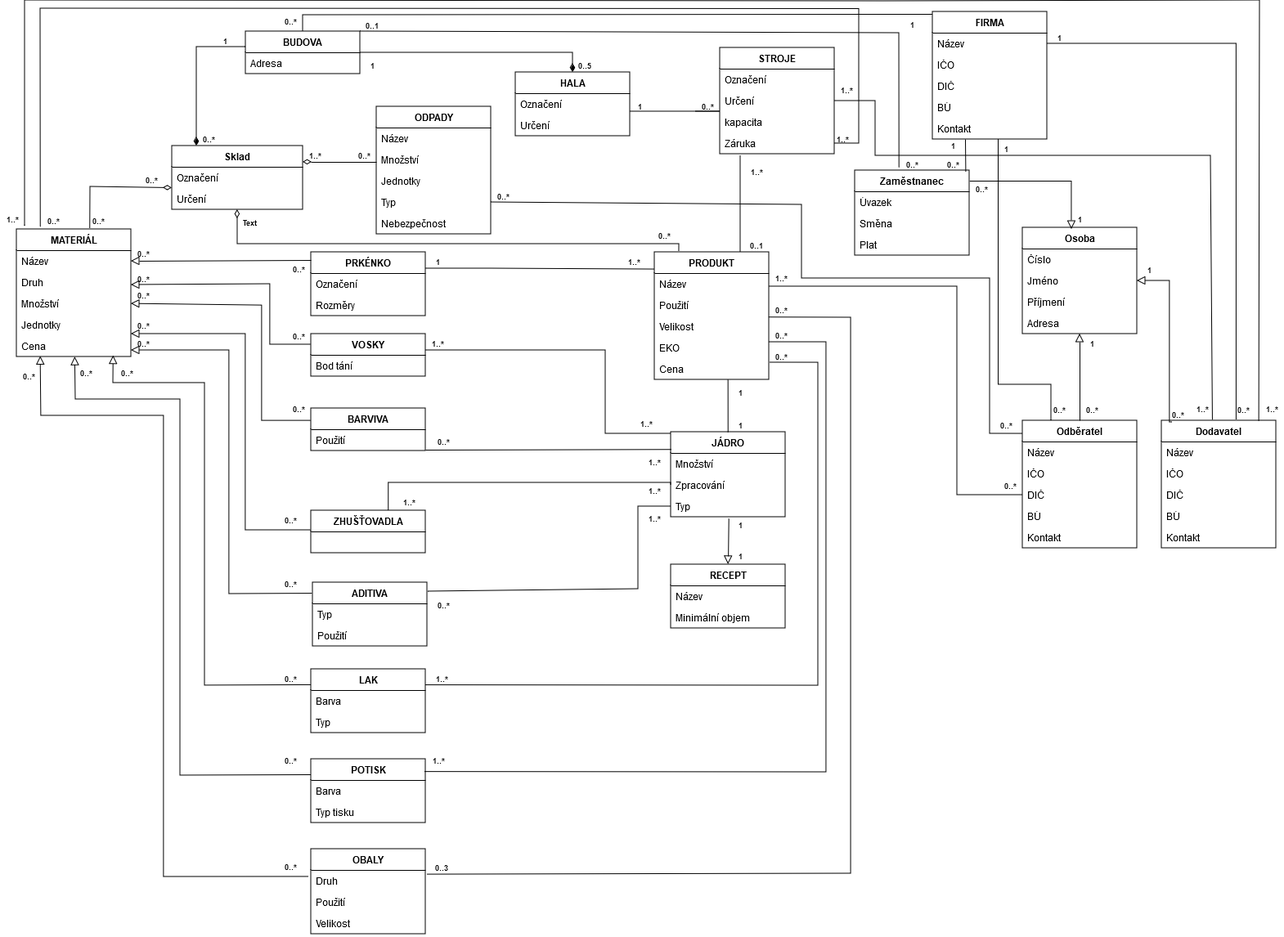
The draw.io diagram SW_ING/Kosmeticka_tuzka.drawio.png in KarelMasa/pg, before a commit. Source tidied: cells renumbered, new cells last; positions are measured from the earlier drawing's top-left corner, leaving out a move shared by most shapes.
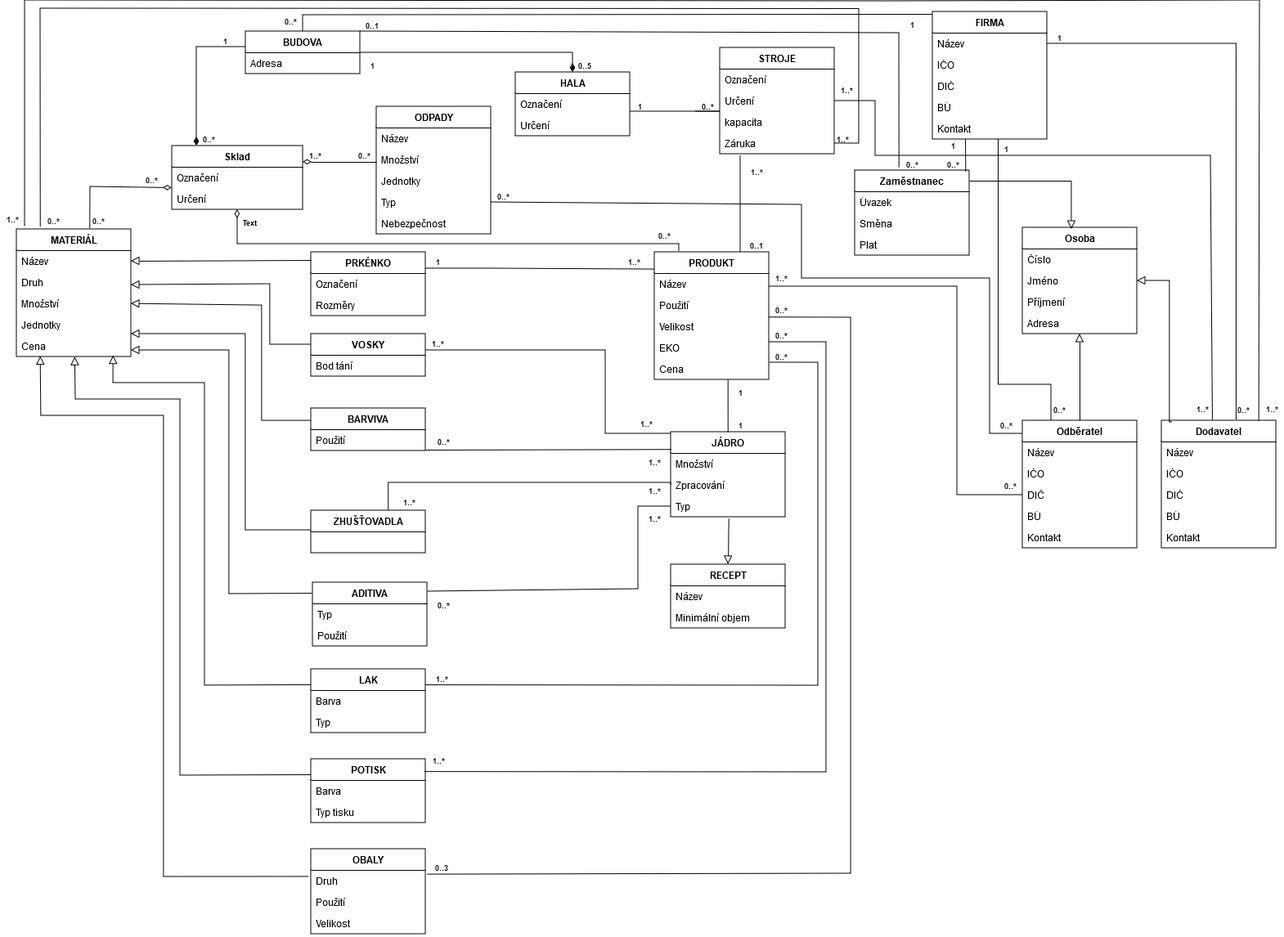
After the commit.

Diff of the diagram source:
```diff
@@ -320,12 +320,6 @@
     <mxCell id="80" value="1..*" style="text;html=1;align=center;verticalAlign=bottom;whiteSpace=wrap;rounded=0;fontSize=9;fontStyle=1;" parent="1" vertex="1">
       <mxGeometry x="480" y="602" width="40" height="20" as="geometry" />
     </mxCell>
-    <mxCell id="81" value="1" style="text;html=1;align=center;verticalAlign=middle;whiteSpace=wrap;rounded=0;fontSize=9;fontStyle=1;" parent="1" vertex="1">
-      <mxGeometry x="890" y="632" width="30" height="20" as="geometry" />
-    </mxCell>
-    <mxCell id="82" value="1" style="text;html=1;align=center;verticalAlign=middle;whiteSpace=wrap;rounded=0;fontSize=9;fontStyle=1;" parent="1" vertex="1">
-      <mxGeometry x="890" y="670" width="30" height="20" as="geometry" />
-    </mxCell>
     <mxCell id="83" value="0..*" style="text;html=1;align=center;verticalAlign=bottom;whiteSpace=wrap;rounded=0;fontSize=9;fontStyle=1;" parent="1" vertex="1">
       <mxGeometry x="940" y="424" width="30" height="20" as="geometry" />
     </mxCell>
@@ -344,54 +338,12 @@
     <mxCell id="88" value="1" style="text;html=1;align=center;verticalAlign=bottom;whiteSpace=wrap;rounded=0;fontSize=9;fontStyle=1;" parent="1" vertex="1">
       <mxGeometry x="520" y="308" width="30" height="20" as="geometry" />
     </mxCell>
-    <mxCell id="89" value="0..*" style="text;html=1;align=center;verticalAlign=bottom;whiteSpace=wrap;rounded=0;fontSize=9;fontStyle=1;spacing=1;" parent="1" vertex="1">
-      <mxGeometry x="160" y="348" width="30" height="20" as="geometry" />
-    </mxCell>
-    <mxCell id="90" value="0..*" style="text;html=1;align=center;verticalAlign=bottom;whiteSpace=wrap;rounded=0;fontSize=9;fontStyle=1;" parent="1" vertex="1">
-      <mxGeometry x="160" y="298" width="30" height="20" as="geometry" />
-    </mxCell>
-    <mxCell id="91" value="0..*" style="text;html=1;align=center;verticalAlign=top;whiteSpace=wrap;rounded=0;fontSize=9;fontStyle=1;" parent="1" vertex="1">
-      <mxGeometry x="350" y="318" width="30" height="20" as="geometry" />
-    </mxCell>
     <mxCell id="92" value="1..*" style="text;html=1;align=center;verticalAlign=bottom;whiteSpace=wrap;rounded=0;fontSize=9;fontStyle=1;" parent="1" vertex="1">
       <mxGeometry x="760" y="308" width="30" height="20" as="geometry" />
     </mxCell>
-    <mxCell id="93" value="0..*" style="text;html=1;align=center;verticalAlign=bottom;whiteSpace=wrap;rounded=0;fontSize=9;fontStyle=1;" parent="1" vertex="1">
-      <mxGeometry x="160" y="386" width="30" height="20" as="geometry" />
-    </mxCell>
-    <mxCell id="94" value="0..*" style="text;html=1;align=center;verticalAlign=bottom;whiteSpace=wrap;rounded=0;fontSize=9;fontStyle=1;" parent="1" vertex="1">
-      <mxGeometry x="160" y="408" width="30" height="20" as="geometry" />
-    </mxCell>
-    <mxCell id="95" value="0..*" style="text;html=1;align=center;verticalAlign=bottom;whiteSpace=wrap;rounded=0;fontSize=9;fontStyle=1;" parent="1" vertex="1">
-      <mxGeometry x="350" y="488" width="30" height="20" as="geometry" />
-    </mxCell>
-    <mxCell id="96" value="0..*" style="text;html=1;align=center;verticalAlign=bottom;whiteSpace=wrap;rounded=0;fontSize=9;fontStyle=1;" parent="1" vertex="1">
-      <mxGeometry x="340" y="624" width="30" height="20" as="geometry" />
-    </mxCell>
-    <mxCell id="97" value="0..*" style="text;html=1;align=center;verticalAlign=bottom;whiteSpace=wrap;rounded=0;fontSize=9;fontStyle=1;" parent="1" vertex="1">
-      <mxGeometry x="340" y="702" width="30" height="20" as="geometry" />
-    </mxCell>
-    <mxCell id="98" value="0..*" style="text;html=1;align=center;verticalAlign=bottom;whiteSpace=wrap;rounded=0;fontSize=9;fontStyle=1;" parent="1" vertex="1">
-      <mxGeometry x="340" y="818" width="30" height="20" as="geometry" />
-    </mxCell>
-    <mxCell id="99" value="0..*" style="text;html=1;align=center;verticalAlign=bottom;whiteSpace=wrap;rounded=0;fontSize=9;fontStyle=1;" parent="1" vertex="1">
-      <mxGeometry x="340" y="1048" width="30" height="20" as="geometry" />
-    </mxCell>
-    <mxCell id="100" value="0..*" style="text;html=1;align=center;verticalAlign=bottom;whiteSpace=wrap;rounded=0;fontSize=9;fontStyle=1;" parent="1" vertex="1">
-      <mxGeometry x="340" y="918" width="30" height="20" as="geometry" />
-    </mxCell>
     <mxCell id="101" value="0..*" style="text;html=1;align=center;verticalAlign=bottom;whiteSpace=wrap;rounded=0;fontSize=9;fontStyle=1;" parent="1" vertex="1">
       <mxGeometry x="50" y="258" width="30" height="20" as="geometry" />
     </mxCell>
-    <mxCell id="102" value="0..*" style="text;html=1;align=center;verticalAlign=bottom;whiteSpace=wrap;rounded=0;fontSize=9;fontStyle=1;" parent="1" vertex="1">
-      <mxGeometry x="140" y="444" width="30" height="20" as="geometry" />
-    </mxCell>
-    <mxCell id="103" value="0..*" style="text;html=1;align=center;verticalAlign=bottom;whiteSpace=wrap;rounded=0;fontSize=9;fontStyle=1;" parent="1" vertex="1">
-      <mxGeometry x="90" y="444" width="30" height="20" as="geometry" />
-    </mxCell>
-    <mxCell id="104" value="0..*" style="text;html=1;align=center;verticalAlign=bottom;whiteSpace=wrap;rounded=0;fontSize=9;fontStyle=1;" parent="1" vertex="1">
-      <mxGeometry x="20" y="448" width="30" height="20" as="geometry" />
-    </mxCell>
     <mxCell id="105" value="0..*" style="text;html=1;align=center;verticalAlign=bottom;whiteSpace=wrap;rounded=0;fontSize=9;fontStyle=1;" parent="1" vertex="1">
       <mxGeometry x="170" y="208" width="30" height="20" as="geometry" />
     </mxCell>
@@ -498,20 +450,15 @@
         </Array>
       </mxGeometry>
     </mxCell>
-    <mxCell id="129" style="endArrow=none;startArrow=block;endFill=0;startFill=0;html=1;verticalAlign=bottom;labelBackgroundColor=none;strokeWidth=1;startSize=8;endSize=8;rounded=0;exitX=0;exitY=0;exitDx=0;exitDy=0;entryX=0;entryY=0.25;entryDx=0;entryDy=0;" parent="1" edge="1" source="89" target="37">
+    <mxCell id="129" style="endArrow=none;startArrow=block;endFill=0;startFill=0;html=1;verticalAlign=bottom;labelBackgroundColor=none;strokeWidth=1;startSize=8;endSize=8;rounded=0;exitX=0;exitY=0;exitDx=0;exitDy=0;entryX=0;entryY=0.25;entryDx=0;entryDy=0;" parent="1" edge="1" target="37">
       <mxGeometry relative="1" as="geometry">
+        <mxPoint x="160" y="348" as="sourcePoint" />
         <Array as="points">
           <mxPoint x="330" y="347" />
           <mxPoint x="330" y="421" />
         </Array>
       </mxGeometry>
     </mxCell>
-    <mxCell id="130" value="0..*" style="text;html=1;align=center;verticalAlign=bottom;whiteSpace=wrap;rounded=0;fontSize=9;fontStyle=1;spacing=1;" parent="1" vertex="1">
-      <mxGeometry x="160" y="328" width="30" height="20" as="geometry" />
-    </mxCell>
-    <mxCell id="131" value="0..*" style="text;html=1;align=center;verticalAlign=bottom;whiteSpace=wrap;rounded=0;fontSize=9;fontStyle=1;spacing=1;" parent="1" vertex="1">
-      <mxGeometry x="350" y="398" width="30" height="20" as="geometry" />
-    </mxCell>
     <mxCell id="132" value="&lt;b&gt;FIRMA&lt;/b&gt;" style="swimlane;fontStyle=0;horizontal=1;startSize=26;fillColor=none;whiteSpace=wrap;html=1;" parent="1" vertex="1">
       <mxGeometry x="1140" y="14" width="140" height="156" as="geometry" />
     </mxCell>
@@ -616,24 +563,6 @@
     <mxCell id="163" style="endArrow=none;startArrow=block;endFill=0;startFill=0;html=1;verticalAlign=bottom;labelBackgroundColor=none;strokeWidth=1;startSize=8;endSize=8;rounded=0;entryX=0.5;entryY=0;entryDx=0;entryDy=0;" parent="1" edge="1" source="145" target="151">
       <mxGeometry relative="1" as="geometry" />
     </mxCell>
-    <mxCell id="164" value="1" style="text;html=1;align=center;verticalAlign=bottom;whiteSpace=wrap;rounded=0;fontSize=9;fontStyle=1;" parent="1" vertex="1">
-      <mxGeometry x="1314.5" y="256" width="11" height="20" as="geometry" />
-    </mxCell>
-    <mxCell id="165" value="1" style="text;html=1;align=center;verticalAlign=bottom;whiteSpace=wrap;rounded=0;fontSize=9;fontStyle=1;" parent="1" vertex="1">
-      <mxGeometry x="1320" y="408" width="30" height="20" as="geometry" />
-    </mxCell>
-    <mxCell id="166" value="1" style="text;html=1;align=center;verticalAlign=bottom;whiteSpace=wrap;rounded=0;fontSize=9;fontStyle=1;" parent="1" vertex="1">
-      <mxGeometry x="1390" y="318" width="30" height="20" as="geometry" />
-    </mxCell>
-    <mxCell id="167" value="0..*" style="text;html=1;align=center;verticalAlign=bottom;whiteSpace=wrap;rounded=0;fontSize=9;fontStyle=1;spacing=1;" parent="1" vertex="1">
-      <mxGeometry x="1185" y="218" width="30" height="20" as="geometry" />
-    </mxCell>
-    <mxCell id="168" value="0..*" style="text;html=1;align=center;verticalAlign=bottom;whiteSpace=wrap;rounded=0;fontSize=9;fontStyle=1;spacing=1;" parent="1" vertex="1">
-      <mxGeometry x="1320" y="488" width="30" height="20" as="geometry" />
-    </mxCell>
-    <mxCell id="169" value="0..*" style="text;html=1;align=center;verticalAlign=bottom;whiteSpace=wrap;rounded=0;fontSize=9;fontStyle=1;spacing=1;" parent="1" vertex="1">
-      <mxGeometry x="1430" y="494" width="20" height="20" as="geometry" />
-    </mxCell>
     <mxCell id="170" style="endArrow=none;startArrow=none;endFill=0;startFill=0;endSize=8;html=1;verticalAlign=bottom;labelBackgroundColor=none;strokeWidth=1;rounded=0;entryX=0.387;entryY=-0.03;entryDx=0;entryDy=0;entryPerimeter=0;exitX=1;exitY=0;exitDx=0;exitDy=0;" parent="1" edge="1" source="17" target="146">
       <mxGeometry relative="1" as="geometry">
         <Array as="points">
```
